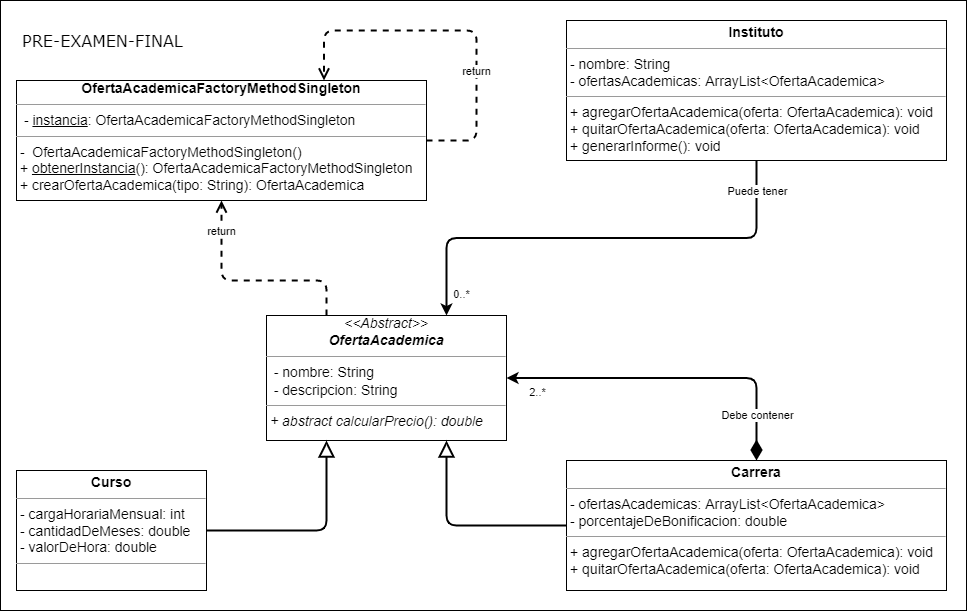
The draw.io diagram src/clase_22_es_pre_evaluacion/actividad_en_vivo/Diagrama - Instituto.png in serinformatico/POO-10-2022, before a commit. Source tidied: cells renumbered, new cells last; positions are measured from the earlier drawing's top-left corner, leaving out a move shared by most shapes.
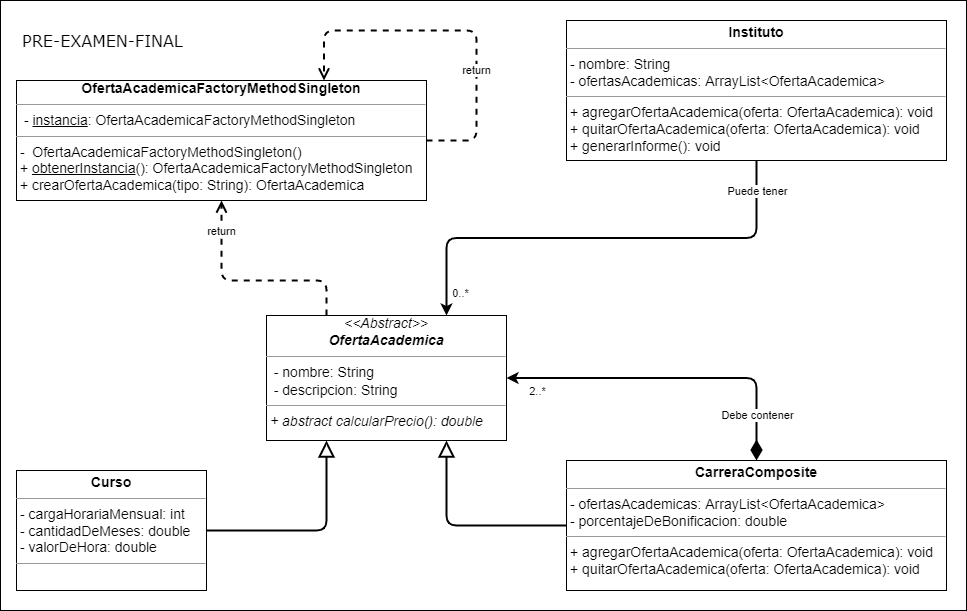
The same diagram one commit later.

What changed in the source:
```diff
@@ -8,7 +8,7 @@
     <mxCell id="3" value="&lt;div style=&quot;font-size: 14px; text-align: center;&quot;&gt;&lt;span style=&quot;background-color: initial;&quot;&gt;&lt;i&gt;&amp;lt;&amp;lt;Abstract&amp;gt;&amp;gt;&lt;/i&gt;&lt;/span&gt;&lt;/div&gt;&lt;div style=&quot;font-size: 14px; text-align: center;&quot;&gt;&lt;b style=&quot;background-color: initial;&quot;&gt;&lt;i&gt;OfertaAcademica&lt;/i&gt;&lt;/b&gt;&lt;br&gt;&lt;/div&gt;&lt;hr style=&quot;font-size: 14px;&quot; size=&quot;1&quot;&gt;&lt;p style=&quot;margin: 0px 0px 0px 4px; font-size: 14px;&quot;&gt;&lt;/p&gt;&lt;p style=&quot;margin: 0px 0px 0px 4px; font-size: 14px;&quot;&gt;&lt;/p&gt;&lt;p style=&quot;margin: 0px 0px 0px 4px; font-size: 14px;&quot;&gt;&lt;/p&gt;&lt;span style=&quot;font-size: 14px;&quot;&gt;&amp;nbsp; - nombre: String&lt;/span&gt;&lt;br style=&quot;font-size: 14px;&quot;&gt;&lt;span style=&quot;font-size: 14px;&quot;&gt;&amp;nbsp; - descripcion: String&lt;br&gt;&lt;/span&gt;&lt;hr style=&quot;font-size: 14px;&quot; size=&quot;1&quot;&gt;&lt;div style=&quot;text-align: center;&quot;&gt;&lt;/div&gt;&lt;p style=&quot;margin: 0px 0px 0px 4px; font-size: 14px;&quot;&gt;&lt;/p&gt;&lt;p style=&quot;margin: 0px 0px 0px 4px; font-size: 14px;&quot;&gt;&lt;/p&gt;&lt;p style=&quot;margin: 0px 0px 0px 4px; font-size: 14px;&quot;&gt;&lt;/p&gt;&lt;p style=&quot;margin: 0px 0px 0px 4px; font-size: 14px;&quot;&gt;&lt;i&gt;&lt;span style=&quot;background-color: initial;&quot;&gt;+ abstract calcularPrecio(): double&lt;/span&gt;&lt;br&gt;&lt;/i&gt;&lt;/p&gt;&lt;div&gt;&lt;p style=&quot;margin: 0px 0px 0px 4px; font-size: 14px;&quot;&gt;&lt;br&gt;&lt;/p&gt;&lt;/div&gt;&lt;p style=&quot;margin:0px;margin-left:4px;&quot;&gt;&lt;/p&gt;" style="verticalAlign=top;align=left;overflow=fill;fontSize=12;fontFamily=Helvetica;html=1;" parent="1" vertex="1">
       <mxGeometry x="266" y="315" width="240" height="125" as="geometry" />
     </mxCell>
-    <mxCell id="4" value="&lt;p style=&quot;margin: 4px 0px 0px; text-align: center; font-size: 14px;&quot;&gt;&lt;font style=&quot;font-size: 14px;&quot;&gt;&lt;b&gt;Carrera&lt;/b&gt;&lt;br&gt;&lt;/font&gt;&lt;/p&gt;&lt;hr style=&quot;font-size: 14px;&quot; size=&quot;1&quot;&gt;&lt;span style=&quot;font-size: 14px;&quot;&gt;&amp;nbsp;- ofertasAcademicas: ArrayList&amp;lt;OfertaAcademica&amp;gt;&lt;/span&gt;&lt;br&gt;&lt;span style=&quot;font-size: 14px;&quot;&gt;&amp;nbsp;-&amp;nbsp;porcentajeDeBonificacion: double&lt;br&gt;&lt;/span&gt;&lt;hr style=&quot;font-size: 14px;&quot; size=&quot;1&quot;&gt;&lt;div style=&quot;text-align: center;&quot;&gt;&lt;/div&gt;&lt;p style=&quot;font-family: Helvetica; font-style: normal; font-variant-ligatures: normal; font-variant-caps: normal; font-weight: 400; letter-spacing: normal; orphans: 2; text-align: left; text-indent: 0px; text-transform: none; widows: 2; word-spacing: 0px; -webkit-text-stroke-width: 0px; background-color: rgb(248, 249, 250); text-decoration-thickness: initial; text-decoration-style: initial; text-decoration-color: initial; margin: 0px 0px 0px 4px; font-size: 14px;&quot;&gt;&lt;/p&gt;&lt;p style=&quot;font-family: Helvetica; font-style: normal; font-variant-ligatures: normal; font-variant-caps: normal; font-weight: 400; letter-spacing: normal; orphans: 2; text-align: left; text-indent: 0px; text-transform: none; widows: 2; word-spacing: 0px; -webkit-text-stroke-width: 0px; background-color: rgb(248, 249, 250); text-decoration-thickness: initial; text-decoration-style: initial; text-decoration-color: initial; margin: 0px 0px 0px 4px; font-size: 14px;&quot;&gt;&lt;/p&gt;&lt;p style=&quot;font-family: Helvetica; font-style: normal; font-variant-ligatures: normal; font-variant-caps: normal; font-weight: 400; letter-spacing: normal; orphans: 2; text-align: left; text-indent: 0px; text-transform: none; widows: 2; word-spacing: 0px; -webkit-text-stroke-width: 0px; text-decoration-thickness: initial; text-decoration-style: initial; text-decoration-color: initial; margin: 0px 0px 0px 4px; font-size: 14px;&quot;&gt;&lt;/p&gt;&lt;p style=&quot;margin: 0px 0px 0px 4px; font-size: 14px;&quot;&gt;+ agregarOfertaAcademica(oferta: OfertaAcademica): void&lt;br&gt;&lt;/p&gt;&lt;div&gt;&lt;p style=&quot;margin: 0px 0px 0px 4px; font-size: 14px;&quot;&gt;+ quitarOfertaAcademica(oferta: OfertaAcademica): void&lt;/p&gt;&lt;/div&gt;&lt;div&gt;&lt;div&gt;&lt;p style=&quot;margin: 0px 0px 0px 4px; font-size: 14px;&quot;&gt;&lt;/p&gt;&lt;/div&gt;&lt;p style=&quot;margin: 0px 0px 0px 4px; font-size: 14px;&quot;&gt;&lt;/p&gt;&lt;/div&gt;&lt;p style=&quot;margin: 0px 0px 0px 4px; font-size: 14px;&quot;&gt;&lt;/p&gt;" style="verticalAlign=top;align=left;overflow=fill;fontSize=12;fontFamily=Helvetica;html=1;labelBackgroundColor=none;strokeColor=#000000;fontColor=#000000;" parent="1" vertex="1">
+    <mxCell id="4" value="&lt;p style=&quot;margin: 4px 0px 0px; text-align: center; font-size: 14px;&quot;&gt;&lt;font style=&quot;font-size: 14px;&quot;&gt;&lt;b&gt;CarreraComposite&lt;/b&gt;&lt;br&gt;&lt;/font&gt;&lt;/p&gt;&lt;hr style=&quot;font-size: 14px;&quot; size=&quot;1&quot;&gt;&lt;span style=&quot;font-size: 14px;&quot;&gt;&amp;nbsp;- ofertasAcademicas: ArrayList&amp;lt;OfertaAcademica&amp;gt;&lt;/span&gt;&lt;br&gt;&lt;span style=&quot;font-size: 14px;&quot;&gt;&amp;nbsp;-&amp;nbsp;porcentajeDeBonificacion: double&lt;br&gt;&lt;/span&gt;&lt;hr style=&quot;font-size: 14px;&quot; size=&quot;1&quot;&gt;&lt;div style=&quot;text-align: center;&quot;&gt;&lt;/div&gt;&lt;p style=&quot;font-family: Helvetica; font-style: normal; font-variant-ligatures: normal; font-variant-caps: normal; font-weight: 400; letter-spacing: normal; orphans: 2; text-align: left; text-indent: 0px; text-transform: none; widows: 2; word-spacing: 0px; -webkit-text-stroke-width: 0px; background-color: rgb(248, 249, 250); text-decoration-thickness: initial; text-decoration-style: initial; text-decoration-color: initial; margin: 0px 0px 0px 4px; font-size: 14px;&quot;&gt;&lt;/p&gt;&lt;p style=&quot;font-family: Helvetica; font-style: normal; font-variant-ligatures: normal; font-variant-caps: normal; font-weight: 400; letter-spacing: normal; orphans: 2; text-align: left; text-indent: 0px; text-transform: none; widows: 2; word-spacing: 0px; -webkit-text-stroke-width: 0px; background-color: rgb(248, 249, 250); text-decoration-thickness: initial; text-decoration-style: initial; text-decoration-color: initial; margin: 0px 0px 0px 4px; font-size: 14px;&quot;&gt;&lt;/p&gt;&lt;p style=&quot;font-family: Helvetica; font-style: normal; font-variant-ligatures: normal; font-variant-caps: normal; font-weight: 400; letter-spacing: normal; orphans: 2; text-align: left; text-indent: 0px; text-transform: none; widows: 2; word-spacing: 0px; -webkit-text-stroke-width: 0px; text-decoration-thickness: initial; text-decoration-style: initial; text-decoration-color: initial; margin: 0px 0px 0px 4px; font-size: 14px;&quot;&gt;&lt;/p&gt;&lt;p style=&quot;margin: 0px 0px 0px 4px; font-size: 14px;&quot;&gt;+ agregarOfertaAcademica(oferta: OfertaAcademica): void&lt;br&gt;&lt;/p&gt;&lt;div&gt;&lt;p style=&quot;margin: 0px 0px 0px 4px; font-size: 14px;&quot;&gt;+ quitarOfertaAcademica(oferta: OfertaAcademica): void&lt;/p&gt;&lt;/div&gt;&lt;div&gt;&lt;div&gt;&lt;p style=&quot;margin: 0px 0px 0px 4px; font-size: 14px;&quot;&gt;&lt;/p&gt;&lt;/div&gt;&lt;p style=&quot;margin: 0px 0px 0px 4px; font-size: 14px;&quot;&gt;&lt;/p&gt;&lt;/div&gt;&lt;p style=&quot;margin: 0px 0px 0px 4px; font-size: 14px;&quot;&gt;&lt;/p&gt;" style="verticalAlign=top;align=left;overflow=fill;fontSize=12;fontFamily=Helvetica;html=1;labelBackgroundColor=none;strokeColor=#000000;fontColor=#000000;" parent="1" vertex="1">
       <mxGeometry x="566" y="460" width="380" height="130" as="geometry" />
     </mxCell>
     <mxCell id="5" style="endArrow=block;endFill=0;endSize=12;html=1;exitX=0;exitY=0.5;exitDx=0;exitDy=0;strokeWidth=2;edgeStyle=orthogonalEdgeStyle;rounded=1;entryX=0.75;entryY=1;entryDx=0;entryDy=0;" parent="1" edge="1" source="4" target="3">
```
